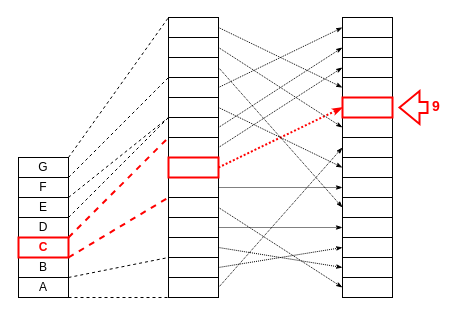
Earlier version of the draw.io diagram dolgozat/src/diagram/getvalue.drawio (davidsusu/holodb-tdk). Source tidied: cells renumbered, new cells numbered last; positions are measured from the earlier drawing's top-left corner, leaving out a move shared by most shapes. Both pictures are drawn from the tidied source at 100%, with x=0, y=0 at pixel (18, 17).
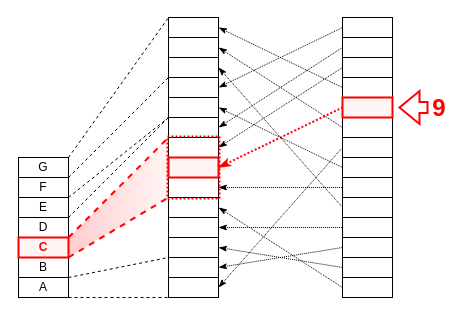
After the change.

The change refers to these unchanged cells:
```xml
<mxCell id="6" style="rounded=0;whiteSpace=wrap;html=1;" parent="1" vertex="1">
<mxCell id="7" style="rounded=0;whiteSpace=wrap;html=1;" parent="1" vertex="1">
<mxCell id="8" style="rounded=0;whiteSpace=wrap;html=1;" parent="1" vertex="1">
<mxCell id="9" style="rounded=0;whiteSpace=wrap;html=1;" parent="1" vertex="1">
<mxCell id="10" style="rounded=0;whiteSpace=wrap;html=1;" parent="1" vertex="1">
<mxCell id="11" style="rounded=0;whiteSpace=wrap;html=1;" parent="1" vertex="1">
<mxCell id="12" style="rounded=0;whiteSpace=wrap;html=1;" parent="1" vertex="1">
<mxCell id="13" style="rounded=0;whiteSpace=wrap;html=1;" parent="1" vertex="1">
<mxCell id="14" style="rounded=0;whiteSpace=wrap;html=1;" parent="1" vertex="1">
<mxCell id="15" style="rounded=0;whiteSpace=wrap;html=1;" parent="1" vertex="1">
<mxCell id="16" style="rounded=0;whiteSpace=wrap;html=1;" parent="1" vertex="1">
<mxCell id="17" style="rounded=0;whiteSpace=wrap;html=1;" parent="1" vertex="1">
<mxCell id="18" style="rounded=0;whiteSpace=wrap;html=1;" parent="1" vertex="1">
<mxCell id="21" style="rounded=0;whiteSpace=wrap;html=1;" parent="1" vertex="1">
<mxCell id="22" style="rounded=0;whiteSpace=wrap;html=1;" parent="1" vertex="1">
<mxCell id="23" style="rounded=0;whiteSpace=wrap;html=1;" parent="1" vertex="1">
<mxCell id="24" style="rounded=0;whiteSpace=wrap;html=1;" parent="1" vertex="1">
<mxCell id="25" style="rounded=0;whiteSpace=wrap;html=1;" parent="1" vertex="1">
<mxCell id="26" style="rounded=0;whiteSpace=wrap;html=1;" parent="1" vertex="1">
<mxCell id="27" style="rounded=0;whiteSpace=wrap;html=1;" parent="1" vertex="1">
<mxCell id="28" style="rounded=0;whiteSpace=wrap;html=1;" parent="1" vertex="1">
<mxCell id="29" style="rounded=0;whiteSpace=wrap;html=1;" parent="1" vertex="1">
<mxCell id="30" style="rounded=0;whiteSpace=wrap;html=1;" parent="1" vertex="1">
<mxCell id="31" style="rounded=0;whiteSpace=wrap;html=1;" parent="1" vertex="1">
<mxCell id="32" style="rounded=0;whiteSpace=wrap;html=1;" parent="1" vertex="1">
<mxCell id="33" style="rounded=0;whiteSpace=wrap;html=1;" parent="1" vertex="1">
```

Change to the diagram source:
```diff
@@
+    <mxCell id="61" style="verticalLabelPosition=bottom;verticalAlign=top;html=1;shape=mxgraph.basic.polygon;polyCoords=[[1,0.2],[1,0.27],[1,0.33],[1,0.47],[1,0.53],[1,0.6],[0,1],[0,0.87]];polyline=0;strokeColor=none;fillColor=#FFF5F5;gradientColor=#FFCCCC;gradientDirection=west;" parent="1" vertex="1">
+      <mxGeometry x="50" y="90" width="100" height="150" as="geometry" />
+    </mxCell>
@@
-    <mxCell id="42" style="endArrow=classicThin;html=1;rounded=0;exitX=1;exitY=0.5;exitDx=0;exitDy=0;entryX=0;entryY=0.5;entryDx=0;entryDy=0;endFill=1;endSize=4;dashed=1;dashPattern=1 1;" parent="1" edge="1" source="6" target="21">
+    <mxCell id="42" style="endArrow=none;html=1;rounded=0;exitX=1;exitY=0.5;exitDx=0;exitDy=0;entryX=0;entryY=0.5;entryDx=0;entryDy=0;endFill=0;endSize=4;dashed=1;dashPattern=1 1;startArrow=classicThin;startFill=1;" parent="1" edge="1" source="6" target="21">
       <mxGeometry relative="1" as="geometry" />
     </mxCell>
-    <mxCell id="43" style="endArrow=classicThin;html=1;rounded=0;exitX=1;exitY=0.5;exitDx=0;exitDy=0;entryX=0;entryY=0.5;entryDx=0;entryDy=0;endFill=1;endSize=4;dashed=1;dashPattern=1 1;" parent="1" edge="1" source="7" target="22">
+    <mxCell id="43" style="endArrow=none;html=1;rounded=0;exitX=1;exitY=0.5;exitDx=0;exitDy=0;entryX=0;entryY=0.5;entryDx=0;entryDy=0;endFill=0;endSize=4;dashed=1;dashPattern=1 1;startArrow=classicThin;startFill=1;" parent="1" edge="1" source="7" target="22">
       <mxGeometry relative="1" as="geometry" />
     </mxCell>
-    <mxCell id="44" style="endArrow=classicThin;html=1;rounded=0;exitX=1;exitY=0.5;exitDx=0;exitDy=0;entryX=0;entryY=0.5;entryDx=0;entryDy=0;endFill=1;endSize=4;dashed=1;dashPattern=1 1;" parent="1" edge="1" source="8" target="23">
+    <mxCell id="44" style="endArrow=none;html=1;rounded=0;exitX=1;exitY=0.5;exitDx=0;exitDy=0;entryX=0;entryY=0.5;entryDx=0;entryDy=0;endFill=0;endSize=4;dashed=1;dashPattern=1 1;startArrow=classicThin;startFill=1;" parent="1" edge="1" source="8" target="23">
       <mxGeometry relative="1" as="geometry" />
     </mxCell>
-    <mxCell id="45" style="endArrow=classicThin;html=1;rounded=0;exitX=1;exitY=0.5;exitDx=0;exitDy=0;entryX=0;entryY=0.5;entryDx=0;entryDy=0;endFill=1;endSize=4;dashed=1;dashPattern=1 1;" parent="1" edge="1" source="9" target="24">
+    <mxCell id="45" style="endArrow=none;html=1;rounded=0;exitX=1;exitY=0.5;exitDx=0;exitDy=0;entryX=0;entryY=0.5;entryDx=0;entryDy=0;endFill=0;endSize=4;dashed=1;dashPattern=1 1;startArrow=classicThin;startFill=1;" parent="1" edge="1" source="9" target="24">
       <mxGeometry relative="1" as="geometry" />
     </mxCell>
-    <mxCell id="46" style="endArrow=classicThin;html=1;rounded=0;exitX=1;exitY=0.5;exitDx=0;exitDy=0;entryX=0;entryY=0.5;entryDx=0;entryDy=0;endFill=1;endSize=4;dashed=1;dashPattern=1 1;" parent="1" edge="1" source="10" target="25">
+    <mxCell id="46" style="endArrow=none;html=1;rounded=0;exitX=1;exitY=0.5;exitDx=0;exitDy=0;entryX=0;entryY=0.5;entryDx=0;entryDy=0;endFill=0;endSize=4;dashed=1;dashPattern=1 1;startArrow=classicThin;startFill=1;" parent="1" edge="1" source="10" target="25">
       <mxGeometry relative="1" as="geometry" />
     </mxCell>
-    <mxCell id="47" style="endArrow=classicThin;html=1;rounded=0;exitX=1;exitY=0.5;exitDx=0;exitDy=0;entryX=0;entryY=0.5;entryDx=0;entryDy=0;endFill=1;endSize=4;dashed=1;dashPattern=1 1;" parent="1" edge="1" source="11" target="26">
+    <mxCell id="47" style="endArrow=none;html=1;rounded=0;exitX=1;exitY=0.5;exitDx=0;exitDy=0;entryX=0;entryY=0.5;entryDx=0;entryDy=0;endFill=0;endSize=4;dashed=1;dashPattern=1 1;startArrow=classicThin;startFill=1;" parent="1" edge="1" source="11" target="26">
       <mxGeometry relative="1" as="geometry" />
     </mxCell>
-    <mxCell id="48" style="endArrow=classicThin;html=1;rounded=0;exitX=1;exitY=0.5;exitDx=0;exitDy=0;entryX=0;entryY=0.5;entryDx=0;entryDy=0;endFill=1;endSize=4;dashed=1;dashPattern=1 1;strokeColor=#FF0000;strokeWidth=2;" parent="1" edge="1" source="59" target="58">
+    <mxCell id="48" style="endArrow=none;html=1;rounded=0;exitX=1;exitY=0.5;exitDx=0;exitDy=0;entryX=0;entryY=0.5;entryDx=0;entryDy=0;endFill=0;endSize=4;dashed=1;dashPattern=1 1;strokeColor=#FF0000;strokeWidth=2;startArrow=classicThin;startFill=1;" parent="1" edge="1" source="59" target="58">
       <mxGeometry relative="1" as="geometry" />
     </mxCell>
-    <mxCell id="49" style="endArrow=classicThin;html=1;rounded=0;exitX=1;exitY=0.5;exitDx=0;exitDy=0;entryX=0;entryY=0.5;entryDx=0;entryDy=0;endFill=1;endSize=4;dashed=1;dashPattern=1 1;" parent="1" edge="1" source="12" target="27">
+    <mxCell id="49" style="endArrow=none;html=1;rounded=0;exitX=1;exitY=0.5;exitDx=0;exitDy=0;entryX=0;entryY=0.5;entryDx=0;entryDy=0;endFill=0;endSize=4;dashed=1;dashPattern=1 1;startArrow=classicThin;startFill=1;" parent="1" edge="1" source="12" target="27">
       <mxGeometry relative="1" as="geometry" />
     </mxCell>
-    <mxCell id="50" style="endArrow=classicThin;html=1;rounded=0;exitX=1;exitY=0.5;exitDx=0;exitDy=0;entryX=0;entryY=0.5;entryDx=0;entryDy=0;endFill=1;endSize=4;dashed=1;dashPattern=1 1;" parent="1" edge="1" source="13" target="28">
+    <mxCell id="50" style="endArrow=none;html=1;rounded=0;exitX=1;exitY=0.5;exitDx=0;exitDy=0;entryX=0;entryY=0.5;entryDx=0;entryDy=0;endFill=0;endSize=4;dashed=1;dashPattern=1 1;startArrow=classicThin;startFill=1;" parent="1" edge="1" source="13" target="28">
       <mxGeometry relative="1" as="geometry" />
     </mxCell>
-    <mxCell id="51" style="endArrow=classicThin;html=1;rounded=0;exitX=1;exitY=0.5;exitDx=0;exitDy=0;entryX=0;entryY=0.5;entryDx=0;entryDy=0;endFill=1;endSize=4;dashed=1;dashPattern=1 1;" parent="1" edge="1" source="14" target="29">
+    <mxCell id="51" style="endArrow=none;html=1;rounded=0;exitX=1;exitY=0.5;exitDx=0;exitDy=0;entryX=0;entryY=0.5;entryDx=0;entryDy=0;endFill=0;endSize=4;dashed=1;dashPattern=1 1;startArrow=classicThin;startFill=1;" parent="1" edge="1" source="14" target="29">
       <mxGeometry relative="1" as="geometry" />
     </mxCell>
-    <mxCell id="52" style="endArrow=classicThin;html=1;rounded=0;exitX=1;exitY=0.5;exitDx=0;exitDy=0;entryX=0;entryY=0.5;entryDx=0;entryDy=0;endFill=1;endSize=4;dashed=1;dashPattern=1 1;" parent="1" edge="1" source="15" target="30">
+    <mxCell id="52" style="endArrow=none;html=1;rounded=0;exitX=1;exitY=0.5;exitDx=0;exitDy=0;entryX=0;entryY=0.5;entryDx=0;entryDy=0;endFill=0;endSize=4;dashed=1;dashPattern=1 1;startArrow=classicThin;startFill=1;" parent="1" edge="1" source="15" target="30">
       <mxGeometry relative="1" as="geometry" />
     </mxCell>
-    <mxCell id="53" style="endArrow=classicThin;html=1;rounded=0;exitX=1;exitY=0.5;exitDx=0;exitDy=0;entryX=0;entryY=0.5;entryDx=0;entryDy=0;endFill=1;endSize=4;dashed=1;dashPattern=1 1;" parent="1" edge="1" source="16" target="31">
+    <mxCell id="53" style="endArrow=none;html=1;rounded=0;exitX=1;exitY=0.5;exitDx=0;exitDy=0;entryX=0;entryY=0.5;entryDx=0;entryDy=0;endFill=0;endSize=4;dashed=1;dashPattern=1 1;startArrow=classicThin;startFill=1;" parent="1" edge="1" source="16" target="31">
       <mxGeometry relative="1" as="geometry" />
     </mxCell>
-    <mxCell id="54" style="endArrow=classicThin;html=1;rounded=0;exitX=1;exitY=0.5;exitDx=0;exitDy=0;entryX=0;entryY=0.5;entryDx=0;entryDy=0;endFill=1;endSize=4;dashed=1;dashPattern=1 1;" parent="1" edge="1" source="17" target="32">
+    <mxCell id="54" style="endArrow=none;html=1;rounded=0;exitX=1;exitY=0.5;exitDx=0;exitDy=0;entryX=0;entryY=0.5;entryDx=0;entryDy=0;endFill=0;endSize=4;dashed=1;dashPattern=1 1;startArrow=classicThin;startFill=1;" parent="1" edge="1" source="17" target="32">
       <mxGeometry relative="1" as="geometry" />
     </mxCell>
-    <mxCell id="55" style="endArrow=classicThin;html=1;rounded=0;exitX=1;exitY=0.5;exitDx=0;exitDy=0;entryX=0;entryY=0.5;entryDx=0;entryDy=0;endFill=1;endSize=4;dashed=1;dashPattern=1 1;" parent="1" edge="1" source="18" target="33">
+    <mxCell id="55" style="endArrow=none;html=1;rounded=0;exitX=1;exitY=0.5;exitDx=0;exitDy=0;entryX=0;entryY=0.5;entryDx=0;entryDy=0;endFill=0;endSize=4;dashed=1;dashPattern=1 1;startArrow=classicThin;startFill=1;" parent="1" edge="1" source="18" target="33">
       <mxGeometry relative="1" as="geometry" />
     </mxCell>
@@
-    <mxCell id="57" value="9" style="text;html=1;strokeColor=none;fillColor=none;align=center;verticalAlign=middle;whiteSpace=wrap;rounded=0;fontColor=#FF0000;fontStyle=1;fontSize=14;" parent="1" vertex="1">
-      <mxGeometry x="408" y="74" width="20" height="30" as="geometry" />
+    <mxCell id="57" value="9" style="text;html=1;strokeColor=none;fillColor=none;align=center;verticalAlign=middle;whiteSpace=wrap;rounded=0;fontColor=#FF0000;fontStyle=1;fontSize=24;" parent="1" vertex="1">
+      <mxGeometry x="411" y="76" width="20" height="30" as="geometry" />
     </mxCell>
-    <mxCell id="58" style="rounded=0;whiteSpace=wrap;html=1;strokeColor=#FF0000;strokeWidth=2;" parent="1" vertex="1">
+    <mxCell id="58" style="rounded=0;whiteSpace=wrap;html=1;strokeColor=#FF0000;strokeWidth=2;fillColor=#FFF5F5;" parent="1" vertex="1">
       <mxGeometry x="324" y="80" width="50" height="20" as="geometry" />
     </mxCell>
-    <mxCell id="59" style="rounded=0;whiteSpace=wrap;html=1;strokeColor=#FF0000;strokeWidth=2;" parent="1" vertex="1">
+    <mxCell id="59" style="rounded=0;whiteSpace=wrap;html=1;strokeColor=#FF0000;strokeWidth=2;fillColor=#FFF5F5;" parent="1" vertex="1">
       <mxGeometry x="150" y="140" width="50" height="20" as="geometry" />
     </mxCell>
-    <mxCell id="60" value="C" style="rounded=0;whiteSpace=wrap;html=1;strokeColor=#FF0000;fontColor=#FF0000;strokeWidth=2;fontStyle=1;" parent="1" vertex="1">
+    <mxCell id="60" value="C" style="rounded=0;whiteSpace=wrap;html=1;strokeColor=#FF0000;fontColor=#FF0000;strokeWidth=2;fontStyle=1;fillColor=#FFF5F5;" parent="1" vertex="1">
       <mxGeometry y="220" width="50" height="20" as="geometry" />
     </mxCell>
+    <mxCell id="62" style="rounded=0;whiteSpace=wrap;html=1;strokeColor=#FF0000;dashed=1;dashPattern=1 1;fillColor=none;strokeWidth=2;" parent="1" vertex="1">
+      <mxGeometry x="149" y="119" width="52" height="62" as="geometry" />
+    </mxCell>
```
